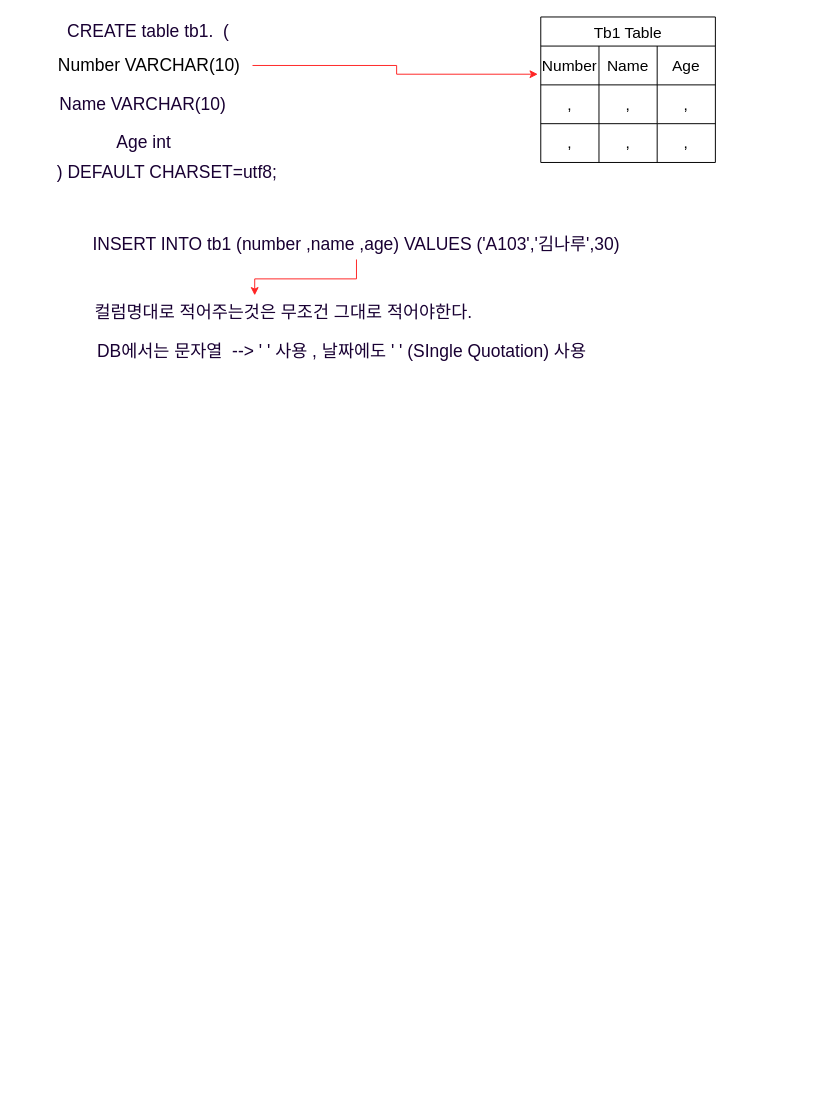
Earlier version of the draw.io diagram page "SQL(페이지9)" (9 of 16) of 제목 없는 다이어그램.drawio (toseeto123/prac). Source tidied: cells renumbered, new cells numbered last; positions are measured from the earlier drawing's top-left corner, leaving out a move shared by most shapes. Both pictures are drawn from the tidied source at 97%, with x=0, y=0 at pixel (46, 16).
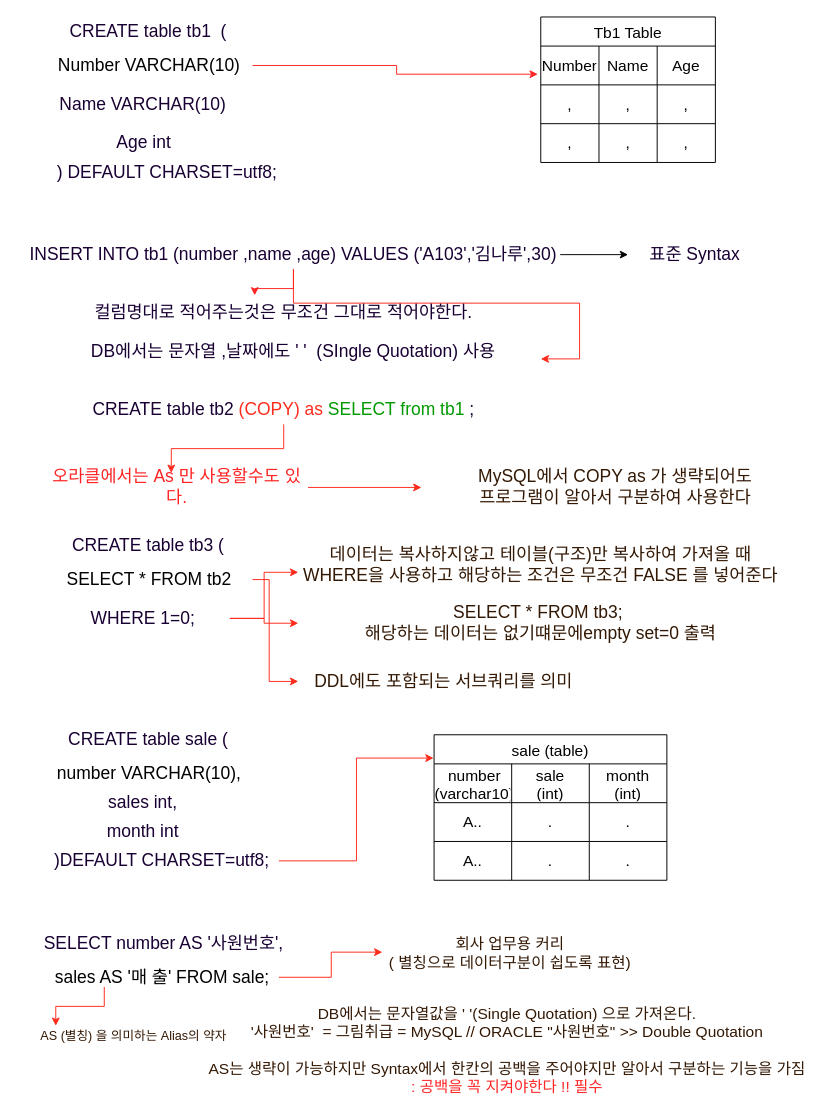
The same page after the edit.

The edit, as a diff of the source:
```diff
@@
-    <mxCell id="2" value="&lt;font color=&quot;#190033&quot;&gt;CREATE table tb1.&amp;nbsp; (&lt;br&gt;&lt;/font&gt;" style="text;html=1;strokeColor=none;fillColor=none;align=center;verticalAlign=middle;whiteSpace=wrap;rounded=0;fontSize=18;fontColor=#FF2424;" parent="1" vertex="1">
+    <mxCell id="2" value="&lt;font color=&quot;#190033&quot;&gt;CREATE table tb1&amp;nbsp; (&lt;br&gt;&lt;/font&gt;" style="text;html=1;strokeColor=none;fillColor=none;align=center;verticalAlign=middle;whiteSpace=wrap;rounded=0;fontSize=18;fontColor=#FF2424;" parent="1" vertex="1">
       <mxGeometry x="10.8" width="189.2" height="30" as="geometry" />
     </mxCell>
@@
+    <mxCell id="25" style="edgeStyle=orthogonalEdgeStyle;rounded=0;jettySize=auto;html=1;" parent="1" edge="1" source="22">
+      <mxGeometry relative="1" as="geometry">
+        <mxPoint x="600" y="245" as="targetPoint" />
+      </mxGeometry>
+    </mxCell>
+    <mxCell id="26" style="edgeStyle=orthogonalEdgeStyle;rounded=0;jettySize=auto;html=1;entryX=1;entryY=0.75;entryDx=0;entryDy=0;strokeColor=#FF2B1C;" parent="1" edge="1" source="22" target="24">
+      <mxGeometry relative="1" as="geometry" />
+    </mxCell>
     <mxCell id="22" value="&lt;font color=&quot;#190033&quot;&gt;INSERT INTO tb1 (number ,name ,age) VALUES ('A103','김나루',30)&lt;br&gt;&lt;/font&gt;" style="text;html=1;strokeColor=none;fillColor=none;align=center;verticalAlign=middle;whiteSpace=wrap;rounded=0;fontSize=18;fontColor=#FF2424;" parent="1" vertex="1">
-      <mxGeometry x="10" y="220" width="620" height="30" as="geometry" />
+      <mxGeometry x="-20" y="230" width="550" height="30" as="geometry" />
     </mxCell>
@@
-    <mxCell id="24" value="&lt;font color=&quot;#190033&quot;&gt;DB에서는 문자열&amp;nbsp; --&amp;gt; ' ' 사용 , 날짜에도 ' ' (SIngle Quotation) 사용&lt;br&gt;&lt;/font&gt;" style="text;html=1;strokeColor=none;fillColor=none;align=center;verticalAlign=middle;whiteSpace=wrap;rounded=0;fontSize=18;fontColor=#FF2424;" parent="1" vertex="1">
-      <mxGeometry x="50" y="330" width="510" height="30" as="geometry" />
+    <mxCell id="24" value="&lt;font color=&quot;#190033&quot;&gt;DB에서는 문자열 ,날짜에도 ' '&amp;nbsp; (SIngle Quotation) 사용&lt;br&gt;&lt;/font&gt;" style="text;html=1;strokeColor=none;fillColor=none;align=center;verticalAlign=middle;whiteSpace=wrap;rounded=0;fontSize=18;fontColor=#FF2424;" parent="1" vertex="1">
+      <mxGeometry y="330" width="510" height="30" as="geometry" />
     </mxCell>
+    <mxCell id="27" value="&lt;font color=&quot;#190033&quot;&gt;표준 Syntax&lt;br&gt;&lt;/font&gt;" style="text;html=1;strokeColor=none;fillColor=none;align=center;verticalAlign=middle;whiteSpace=wrap;rounded=0;fontSize=18;fontColor=#FF2424;" parent="1" vertex="1">
+      <mxGeometry x="608" y="235" width="122" height="20" as="geometry" />
+    </mxCell>
+    <mxCell id="28" style="edgeStyle=orthogonalEdgeStyle;rounded=0;jettySize=auto;html=1;entryX=0.478;entryY=0;entryDx=0;entryDy=0;entryPerimeter=0;strokeColor=#FF2B1C;fontColor=#331804;" parent="1" edge="1" source="29" target="31">
+      <mxGeometry relative="1" as="geometry" />
+    </mxCell>
+    <mxCell id="29" value="&lt;font color=&quot;#190033&quot;&gt;CREATE table tb2 &lt;/font&gt;&lt;font color=&quot;#ff2b1c&quot;&gt;(COPY) as&lt;/font&gt;&lt;font color=&quot;#190033&quot;&gt; &lt;/font&gt;&lt;font color=&quot;#009900&quot;&gt;SELECT from tb1&lt;/font&gt;&lt;font color=&quot;#190033&quot;&gt; ;&lt;br&gt;&lt;/font&gt;" style="text;html=1;strokeColor=none;fillColor=none;align=center;verticalAlign=middle;whiteSpace=wrap;rounded=0;fontSize=18;fontColor=#FF2424;" parent="1" vertex="1">
+      <mxGeometry x="-30" y="390" width="550" height="30" as="geometry" />
+    </mxCell>
+    <mxCell id="30" style="edgeStyle=orthogonalEdgeStyle;rounded=0;jettySize=auto;html=1;strokeColor=#FF2B1C;fontColor=#331804;" parent="1" edge="1" source="31" target="32">
+      <mxGeometry relative="1" as="geometry" />
+    </mxCell>
+    <mxCell id="31" value="오라클에서는 As 만 사용할수도 있다." style="text;html=1;strokeColor=none;fillColor=none;align=center;verticalAlign=middle;whiteSpace=wrap;rounded=0;fontSize=18;fontColor=#FF2424;" parent="1" vertex="1">
+      <mxGeometry y="470" width="270" height="30" as="geometry" />
+    </mxCell>
+    <mxCell id="32" value="MySQL에서 COPY as 가 생략되어도 &lt;br&gt;프로그램이 알아서 구분하여 사용한다" style="text;html=1;strokeColor=none;fillColor=none;align=center;verticalAlign=middle;whiteSpace=wrap;rounded=0;fontSize=18;fontColor=#331804;" parent="1" vertex="1">
+      <mxGeometry x="387" y="470" width="400" height="30" as="geometry" />
+    </mxCell>
+    <mxCell id="33" value="&lt;font color=&quot;#190033&quot;&gt;CREATE table tb3 (&lt;br&gt;&lt;/font&gt;" style="text;html=1;strokeColor=none;fillColor=none;align=center;verticalAlign=middle;whiteSpace=wrap;rounded=0;fontSize=18;fontColor=#FF2424;" parent="1" vertex="1">
+      <mxGeometry x="10.8" y="530" width="189.2" height="30" as="geometry" />
+    </mxCell>
+    <mxCell id="34" style="edgeStyle=orthogonalEdgeStyle;rounded=0;jettySize=auto;html=1;entryX=0;entryY=0.5;entryDx=0;entryDy=0;strokeColor=#FF2B1C;fontColor=#331804;" parent="1" edge="1" source="35" target="41">
+      <mxGeometry relative="1" as="geometry">
+        <Array as="points">
+          <mxPoint x="230" y="580" />
+          <mxPoint x="230" y="685" />
+        </Array>
+      </mxGeometry>
+    </mxCell>
+    <mxCell id="35" value="SELECT * FROM tb2" style="text;html=1;strokeColor=none;fillColor=none;align=center;verticalAlign=middle;whiteSpace=wrap;rounded=0;fontSize=18;fontColor=#000000;" parent="1" vertex="1">
+      <mxGeometry y="570" width="212.8" height="20" as="geometry" />
+    </mxCell>
+    <mxCell id="36" style="edgeStyle=orthogonalEdgeStyle;rounded=0;jettySize=auto;html=1;strokeColor=#FF2B1C;fontColor=#331804;entryX=0;entryY=0.75;entryDx=0;entryDy=0;" parent="1" edge="1" source="38" target="39">
+      <mxGeometry relative="1" as="geometry" />
+    </mxCell>
+    <mxCell id="37" style="edgeStyle=orthogonalEdgeStyle;rounded=0;jettySize=auto;html=1;strokeColor=#FF2B1C;fontColor=#331804;" parent="1" edge="1" source="38" target="40">
+      <mxGeometry relative="1" as="geometry" />
+    </mxCell>
+    <mxCell id="38" value="&lt;font color=&quot;#190033&quot;&gt;WHERE 1=0;&lt;br&gt;&lt;/font&gt;" style="text;html=1;strokeColor=none;fillColor=none;align=center;verticalAlign=middle;whiteSpace=wrap;rounded=0;fontSize=18;fontColor=#FF2424;" parent="1" vertex="1">
+      <mxGeometry x="10" y="610" width="179.5" height="20" as="geometry" />
+    </mxCell>
+    <mxCell id="39" value="데이터는 복사하지않고 테이블(구조)만 복사하여 가져올 때&lt;br&gt;WHERE을 사용하고 해당하는 조건은 무조건 FALSE 를 넣어준다" style="text;html=1;strokeColor=none;fillColor=none;align=center;verticalAlign=middle;whiteSpace=wrap;rounded=0;fontSize=18;fontColor=#331804;" parent="1" vertex="1">
+      <mxGeometry x="260" y="550" width="500" height="30" as="geometry" />
+    </mxCell>
+    <mxCell id="40" value="SELECT * FROM tb3;&amp;nbsp;&lt;br&gt;해당하는 데이터는 없기떄문에empty set=0 출력" style="text;html=1;strokeColor=none;fillColor=none;align=center;verticalAlign=middle;whiteSpace=wrap;rounded=0;fontSize=18;fontColor=#331804;" parent="1" vertex="1">
+      <mxGeometry x="260" y="610" width="500" height="30" as="geometry" />
+    </mxCell>
+    <mxCell id="41" value="DDL에도 포함되는 서브쿼리를 의미" style="text;html=1;strokeColor=none;fillColor=none;align=center;verticalAlign=middle;whiteSpace=wrap;rounded=0;fontSize=18;fontColor=#331804;" parent="1" vertex="1">
+      <mxGeometry x="260" y="670" width="300" height="30" as="geometry" />
+    </mxCell>
+    <mxCell id="42" value="&lt;font color=&quot;#190033&quot;&gt;CREATE table sale (&lt;br&gt;&lt;/font&gt;" style="text;html=1;strokeColor=none;fillColor=none;align=center;verticalAlign=middle;whiteSpace=wrap;rounded=0;fontSize=18;fontColor=#FF2424;" parent="1" vertex="1">
+      <mxGeometry x="10.8" y="730" width="189.2" height="30" as="geometry" />
+    </mxCell>
+    <mxCell id="43" value="number VARCHAR(10)," style="text;html=1;strokeColor=none;fillColor=none;align=center;verticalAlign=middle;whiteSpace=wrap;rounded=0;fontSize=18;fontColor=#000000;" parent="1" vertex="1">
+      <mxGeometry y="770" width="212.8" height="20" as="geometry" />
+    </mxCell>
+    <mxCell id="44" value="&lt;font color=&quot;#190033&quot;&gt;sales int,&lt;br&gt;&lt;/font&gt;" style="text;html=1;strokeColor=none;fillColor=none;align=center;verticalAlign=middle;whiteSpace=wrap;rounded=0;fontSize=18;fontColor=#FF2424;" parent="1" vertex="1">
+      <mxGeometry x="10" y="800" width="179.5" height="20" as="geometry" />
+    </mxCell>
+    <mxCell id="45" value="&lt;font color=&quot;#190033&quot;&gt;month int&lt;br&gt;&lt;/font&gt;" style="text;html=1;strokeColor=none;fillColor=none;align=center;verticalAlign=middle;whiteSpace=wrap;rounded=0;fontSize=18;fontColor=#FF2424;" parent="1" vertex="1">
+      <mxGeometry x="10" y="830" width="179.5" height="20" as="geometry" />
+    </mxCell>
+    <mxCell id="46" style="edgeStyle=orthogonalEdgeStyle;rounded=0;jettySize=auto;html=1;entryX=-0.002;entryY=0.16;entryDx=0;entryDy=0;entryPerimeter=0;strokeColor=#FF2B1C;fontColor=#331804;" parent="1" edge="1" source="47" target="48">
+      <mxGeometry relative="1" as="geometry" />
+    </mxCell>
+    <mxCell id="47" value="&lt;font color=&quot;#190033&quot;&gt;)DEFAULT CHARSET=utf8;&lt;br&gt;&lt;/font&gt;" style="text;html=1;strokeColor=none;fillColor=none;align=center;verticalAlign=middle;whiteSpace=wrap;rounded=0;fontSize=18;fontColor=#FF2424;" parent="1" vertex="1">
+      <mxGeometry x="-1" y="860" width="241" height="20" as="geometry" />
+    </mxCell>
+    <mxCell id="48" value="sale (table)" style="shape=table;startSize=30;childLayout=tableLayout;strokeColor=default;fontSize=16;fontColor=#000000;" parent="1" vertex="1">
+      <mxGeometry x="400" y="740" width="240" height="150" as="geometry" />
+    </mxCell>
+    <mxCell id="49" style="shape=tableRow;horizontal=0;startSize=0;swimlaneHead=0;swimlaneBody=0;strokeColor=inherit;top=0;left=0;bottom=0;right=0;fillColor=none;fontSize=16;fontColor=#000000;" parent="48" vertex="1">
+      <mxGeometry y="30" width="240" height="40" as="geometry" />
+    </mxCell>
+    <mxCell id="50" value="number&lt;br&gt;(varchar10)" style="shape=partialRectangle;html=1;whiteSpace=wrap;strokeColor=inherit;overflow=hidden;fillColor=none;top=0;left=0;bottom=0;right=0;fontSize=16;fontColor=#000000;" parent="49" vertex="1">
+      <mxGeometry width="80" height="40" as="geometry" />
+    </mxCell>
+    <mxCell id="51" value="sale&lt;br&gt;(int)" style="shape=partialRectangle;html=1;whiteSpace=wrap;strokeColor=inherit;overflow=hidden;fillColor=none;top=0;left=0;bottom=0;right=0;fontSize=16;fontColor=#000000;" parent="49" vertex="1">
+      <mxGeometry x="80" width="80" height="40" as="geometry" />
+    </mxCell>
+    <mxCell id="52" value="month&lt;br&gt;(int)" style="shape=partialRectangle;html=1;whiteSpace=wrap;strokeColor=inherit;overflow=hidden;fillColor=none;top=0;left=0;bottom=0;right=0;fontSize=16;fontColor=#000000;" parent="49" vertex="1">
+      <mxGeometry x="160" width="80" height="40" as="geometry" />
+    </mxCell>
+    <mxCell id="53" style="shape=tableRow;horizontal=0;startSize=0;swimlaneHead=0;swimlaneBody=0;strokeColor=inherit;top=0;left=0;bottom=0;right=0;fillColor=none;fontSize=16;fontColor=#000000;" parent="48" vertex="1">
+      <mxGeometry y="70" width="240" height="40" as="geometry" />
+    </mxCell>
+    <mxCell id="54" value="A.." style="shape=partialRectangle;html=1;whiteSpace=wrap;strokeColor=inherit;overflow=hidden;fillColor=none;top=0;left=0;bottom=0;right=0;fontSize=16;fontColor=#000000;" parent="53" vertex="1">
+      <mxGeometry width="80" height="40" as="geometry" />
+    </mxCell>
+    <mxCell id="55" value="." style="shape=partialRectangle;html=1;whiteSpace=wrap;strokeColor=inherit;overflow=hidden;fillColor=none;top=0;left=0;bottom=0;right=0;fontSize=16;fontColor=#000000;" parent="53" vertex="1">
+      <mxGeometry x="80" width="80" height="40" as="geometry" />
+    </mxCell>
+    <mxCell id="56" value="." style="shape=partialRectangle;html=1;whiteSpace=wrap;strokeColor=inherit;overflow=hidden;fillColor=none;top=0;left=0;bottom=0;right=0;fontSize=16;fontColor=#000000;" parent="53" vertex="1">
+      <mxGeometry x="160" width="80" height="40" as="geometry" />
+    </mxCell>
+    <mxCell id="57" style="shape=tableRow;horizontal=0;startSize=0;swimlaneHead=0;swimlaneBody=0;strokeColor=inherit;top=0;left=0;bottom=0;right=0;fillColor=none;fontSize=16;fontColor=#000000;" parent="48" vertex="1">
+      <mxGeometry y="110" width="240" height="40" as="geometry" />
+    </mxCell>
+    <mxCell id="58" value="A.." style="shape=partialRectangle;html=1;whiteSpace=wrap;strokeColor=inherit;overflow=hidden;fillColor=none;top=0;left=0;bottom=0;right=0;fontSize=16;fontColor=#000000;" parent="57" vertex="1">
+      <mxGeometry width="80" height="40" as="geometry" />
+    </mxCell>
+    <mxCell id="59" value="." style="shape=partialRectangle;html=1;whiteSpace=wrap;strokeColor=inherit;overflow=hidden;fillColor=none;top=0;left=0;bottom=0;right=0;fontSize=16;fontColor=#000000;" parent="57" vertex="1">
+      <mxGeometry x="80" width="80" height="40" as="geometry" />
+    </mxCell>
+    <mxCell id="60" value="." style="shape=partialRectangle;html=1;whiteSpace=wrap;strokeColor=inherit;overflow=hidden;fillColor=none;top=0;left=0;bottom=0;right=0;fontSize=16;fontColor=#000000;" parent="57" vertex="1">
+      <mxGeometry x="160" width="80" height="40" as="geometry" />
+    </mxCell>
+    <mxCell id="61" value="&lt;font color=&quot;#190033&quot;&gt;SELECT number AS '사원번호',&lt;br&gt;&lt;/font&gt;" style="text;html=1;strokeColor=none;fillColor=none;align=center;verticalAlign=middle;whiteSpace=wrap;rounded=0;fontSize=18;fontColor=#FF2424;" parent="1" vertex="1">
+      <mxGeometry x="-8.2" y="940" width="259.2" height="30" as="geometry" />
+    </mxCell>
+    <mxCell id="62" style="edgeStyle=orthogonalEdgeStyle;rounded=0;jettySize=auto;html=1;exitX=0.25;exitY=1;exitDx=0;exitDy=0;entryX=0.119;entryY=0.167;entryDx=0;entryDy=0;entryPerimeter=0;strokeColor=#FF2B1C;fontSize=13;fontColor=#331804;" parent="1" edge="1" source="64" target="66">
+      <mxGeometry relative="1" as="geometry" />
+    </mxCell>
+    <mxCell id="63" style="edgeStyle=orthogonalEdgeStyle;rounded=0;jettySize=auto;html=1;entryX=-0.005;entryY=0.482;entryDx=0;entryDy=0;entryPerimeter=0;strokeColor=#FF2B1C;fontSize=13;fontColor=#331804;" parent="1" edge="1" source="64" target="65">
+      <mxGeometry relative="1" as="geometry" />
+    </mxCell>
+    <mxCell id="64" value="sales AS '매 출' FROM sale;" style="text;html=1;strokeColor=none;fillColor=none;align=center;verticalAlign=middle;whiteSpace=wrap;rounded=0;fontSize=18;fontColor=#000000;" parent="1" vertex="1">
+      <mxGeometry y="980" width="240" height="20" as="geometry" />
+    </mxCell>
+    <mxCell id="65" value="회사 업무용 커리&lt;br&gt;( 별칭으로 데이터구분이 쉽도록 표현)" style="text;html=1;align=center;verticalAlign=middle;points=[];strokeColor=none;fillColor=none;fontColor=#331804;fontSize=16;" parent="1" vertex="1">
+      <mxGeometry x="348" y="940" width="260" height="50" as="geometry" />
+    </mxCell>
+    <mxCell id="66" value="&lt;font style=&quot;font-size: 13px;&quot;&gt;AS (별칭) 을 의미하는 Alias의 약자&lt;/font&gt;" style="text;html=1;align=center;verticalAlign=middle;points=[];strokeColor=none;fillColor=none;fontColor=#331804;fontSize=13;" parent="1" vertex="1">
+      <mxGeometry x="-15" y="1035" width="210" height="30" as="geometry" />
+    </mxCell>
+    <mxCell id="67" value="DB에서는 문자열값을 ' '(Single Quotation) 으로 가져온다.&lt;br&gt;'사원번호'&amp;nbsp; = 그림취급 = MySQL // ORACLE &quot;사원번호&quot; &amp;gt;&amp;gt; Double Quotation&lt;br&gt;&lt;br&gt;AS는 생략이 가능하지만 Syntax에서 한칸의 공백을 주어야지만 알아서 구분하는 기능을 가짐&lt;br&gt;&lt;font color=&quot;#ff2626&quot;&gt;: 공백을 꼭 지켜야한다 !! 필수&lt;/font&gt;" style="text;html=1;align=center;verticalAlign=middle;strokeColor=none;fillColor=none;fontColor=#331804;fontSize=16;" parent="1" vertex="1">
+      <mxGeometry x="170" y="1010" width="610" height="110" as="geometry" />
+    </mxCell>
```
